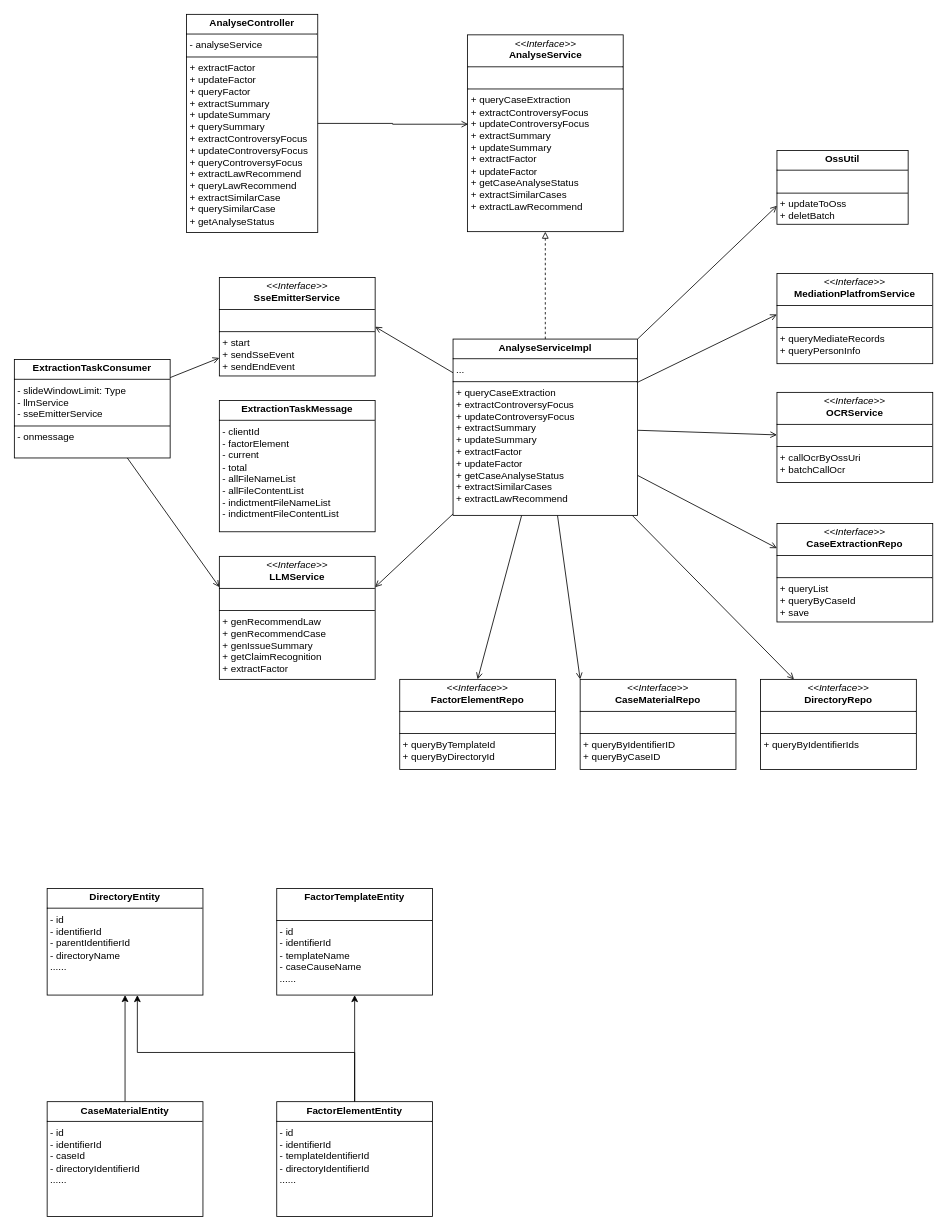
Earlier version of the draw.io diagram page "第 1 页" (1 of 2) of 案件分析模块类图.drawio (Lainy0605/graduate). Source tidied: cells renumbered, new cells numbered last; positions are measured from the earlier drawing's top-left corner, leaving out a move shared by most shapes. Both pictures are drawn from the tidied source at 82%, with x=0, y=0 at pixel (14, 14).
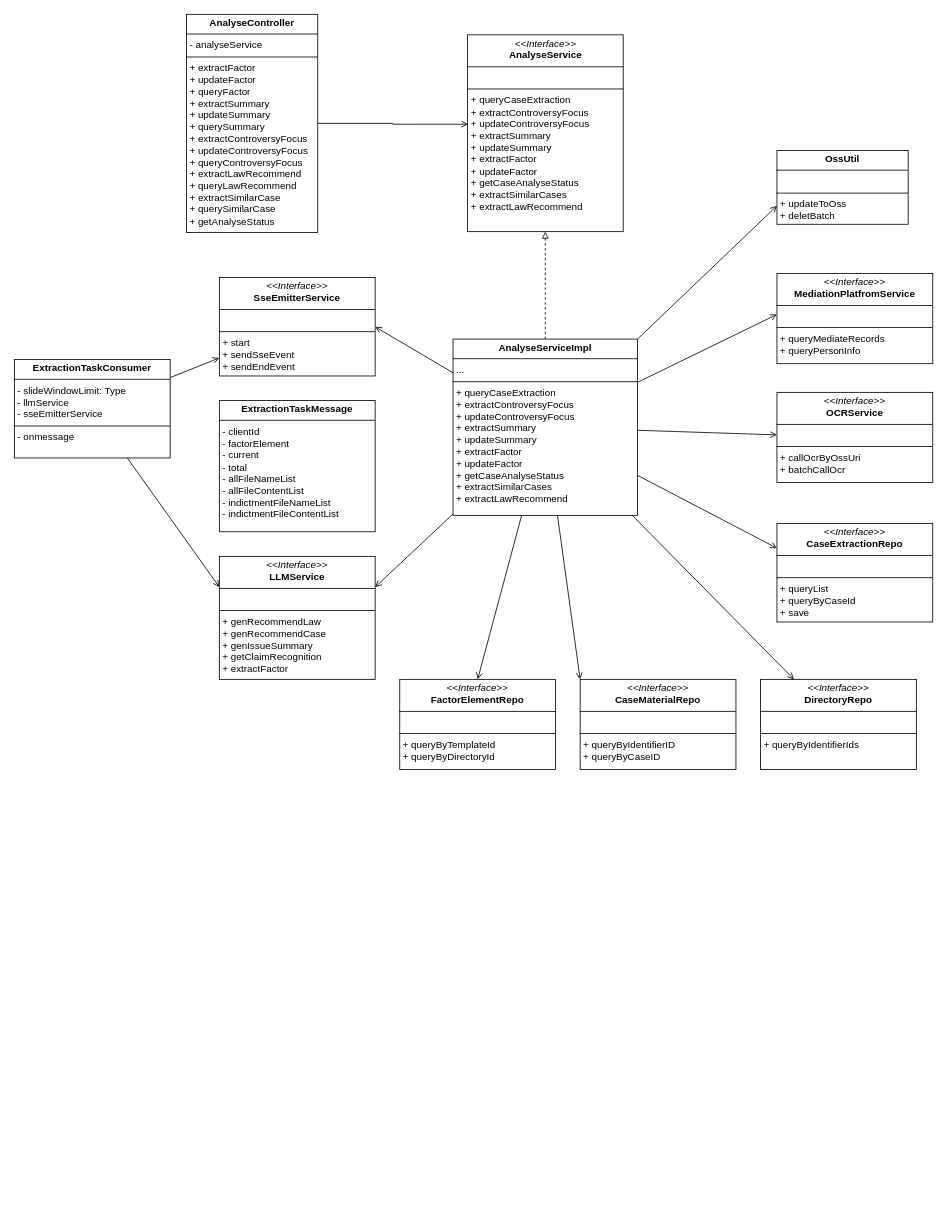
The same diagram, later.

Commit message:
更新案件分析模块类图.drawio

The edit, as a diff of the source:
```diff
@@
-    <mxCell id="29" value="&lt;p style=&quot;margin:0px;margin-top:4px;text-align:center;&quot;&gt;&lt;b&gt;DirectoryEntity&lt;/b&gt;&lt;/p&gt;&lt;hr size=&quot;1&quot; style=&quot;border-style:solid;&quot;&gt;&lt;p style=&quot;margin:0px;margin-left:4px;&quot;&gt;- id&lt;/p&gt;&lt;p style=&quot;margin:0px;margin-left:4px;&quot;&gt;- identifierId&lt;/p&gt;&lt;p style=&quot;margin:0px;margin-left:4px;&quot;&gt;- parentIdentifierId&lt;/p&gt;&lt;p style=&quot;margin:0px;margin-left:4px;&quot;&gt;- directoryName&lt;/p&gt;&lt;p style=&quot;margin:0px;margin-left:4px;&quot;&gt;......&lt;/p&gt;&lt;p style=&quot;margin:0px;margin-left:4px;&quot;&gt;&lt;br&gt;&lt;/p&gt;" style="verticalAlign=top;align=left;overflow=fill;html=1;whiteSpace=wrap;" parent="1" vertex="1">
-      <mxGeometry x="40" y="1066" width="190" height="130" as="geometry" />
-    </mxCell>
-    <mxCell id="30" style="edgeStyle=orthogonalEdgeStyle;rounded=0;jettySize=auto;html=1;" parent="1" edge="1" source="31" target="32">
-      <mxGeometry relative="1" as="geometry" />
-    </mxCell>
-    <mxCell id="31" value="&lt;p style=&quot;margin:0px;margin-top:4px;text-align:center;&quot;&gt;&lt;b&gt;FactorElementEntity&lt;/b&gt;&lt;/p&gt;&lt;hr size=&quot;1&quot; style=&quot;border-style:solid;&quot;&gt;&lt;p style=&quot;margin:0px;margin-left:4px;&quot;&gt;- id&lt;/p&gt;&lt;p style=&quot;margin:0px;margin-left:4px;&quot;&gt;- identifierId&lt;/p&gt;&lt;p style=&quot;margin:0px;margin-left:4px;&quot;&gt;- templateIdentifierId&lt;/p&gt;&lt;p style=&quot;margin:0px;margin-left:4px;&quot;&gt;- directoryIdentifierId&lt;/p&gt;&lt;p style=&quot;margin:0px;margin-left:4px;&quot;&gt;......&lt;/p&gt;" style="verticalAlign=top;align=left;overflow=fill;html=1;whiteSpace=wrap;" parent="1" vertex="1">
-      <mxGeometry x="320" y="1326" width="190" height="140" as="geometry" />
-    </mxCell>
-    <mxCell id="32" value="&lt;p style=&quot;margin:0px;margin-top:4px;text-align:center;&quot;&gt;&lt;b&gt;FactorTemplateEntity&lt;/b&gt;&lt;/p&gt;&lt;br&gt;&lt;hr size=&quot;1&quot; style=&quot;border-style:solid;&quot;&gt;&lt;p style=&quot;margin:0px;margin-left:4px;&quot;&gt;- id&amp;nbsp;&lt;/p&gt;&lt;p style=&quot;margin: 0px 0px 0px 4px;&quot;&gt;- identifierId&lt;/p&gt;&lt;p style=&quot;margin:0px;margin-left:4px;&quot;&gt;- templateName&lt;/p&gt;&lt;p style=&quot;margin:0px;margin-left:4px;&quot;&gt;- caseCauseName&lt;br&gt;......&lt;/p&gt;" style="verticalAlign=top;align=left;overflow=fill;html=1;whiteSpace=wrap;" parent="1" vertex="1">
-      <mxGeometry x="320" y="1066" width="190" height="130" as="geometry" />
-    </mxCell>
-    <mxCell id="33" style="edgeStyle=orthogonalEdgeStyle;rounded=0;jettySize=auto;html=1;entryX=0.5;entryY=1;entryDx=0;entryDy=0;" parent="1" edge="1" source="34" target="29">
-      <mxGeometry relative="1" as="geometry" />
-    </mxCell>
-    <mxCell id="34" value="&lt;p style=&quot;margin:0px;margin-top:4px;text-align:center;&quot;&gt;&lt;b&gt;CaseMaterialEntity&lt;/b&gt;&lt;/p&gt;&lt;hr size=&quot;1&quot; style=&quot;border-style:solid;&quot;&gt;&lt;p style=&quot;margin:0px;margin-left:4px;&quot;&gt;- id&lt;/p&gt;&lt;p style=&quot;margin:0px;margin-left:4px;&quot;&gt;- identifierId&lt;/p&gt;&lt;p style=&quot;margin:0px;margin-left:4px;&quot;&gt;- caseId&lt;/p&gt;&lt;p style=&quot;margin:0px;margin-left:4px;&quot;&gt;- directoryIdentifierId&lt;/p&gt;&lt;p style=&quot;margin:0px;margin-left:4px;&quot;&gt;......&lt;/p&gt;" style="verticalAlign=top;align=left;overflow=fill;html=1;whiteSpace=wrap;" parent="1" vertex="1">
-      <mxGeometry x="40" y="1326" width="190" height="140" as="geometry" />
-    </mxCell>
-    <mxCell id="35" style="edgeStyle=orthogonalEdgeStyle;rounded=0;jettySize=auto;html=1;entryX=0.579;entryY=1;entryDx=0;entryDy=0;entryPerimeter=0;" parent="1" edge="1" source="31" target="29">
-      <mxGeometry relative="1" as="geometry">
-        <Array as="points">
-          <mxPoint x="415" y="1266" />
-          <mxPoint x="150" y="1266" />
-        </Array>
-      </mxGeometry>
-    </mxCell>
```
